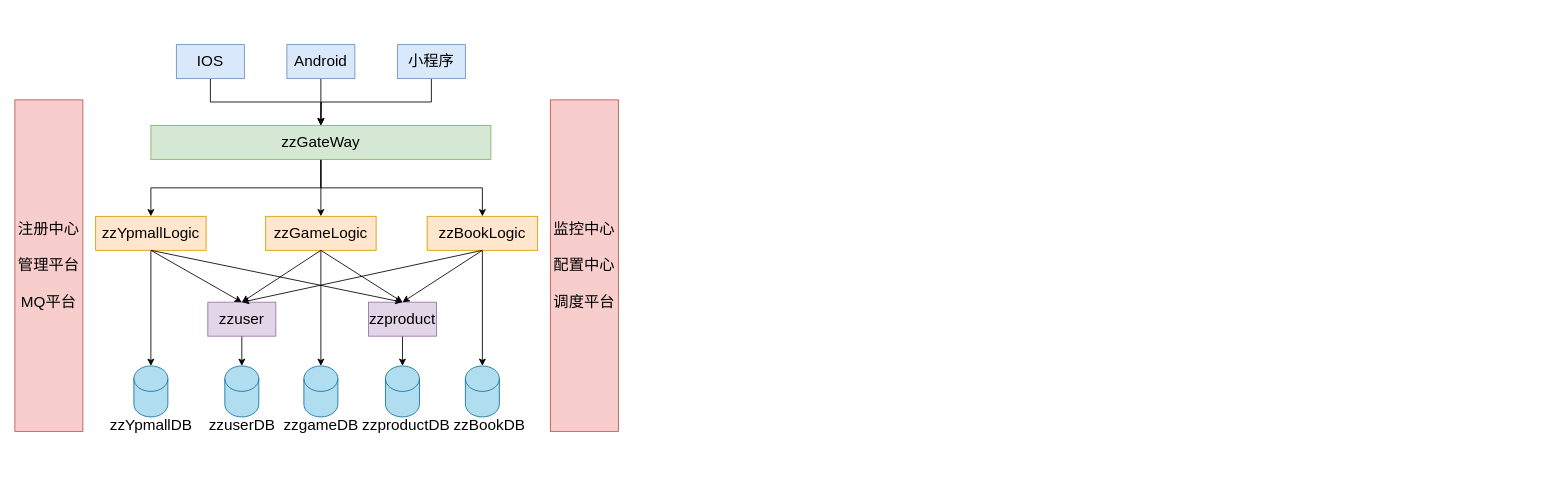
The draw.io diagram tech/tech.drawio in zhuanzhuan-tech/arch-draw-io, before the edit. Source tidied: cells renumbered, new cells numbered last; positions are measured from the earlier drawing's top-left corner, leaving out a move shared by most shapes. Both pictures are drawn from the tidied source at 85%, with x=0, y=0 at pixel (14, 44).
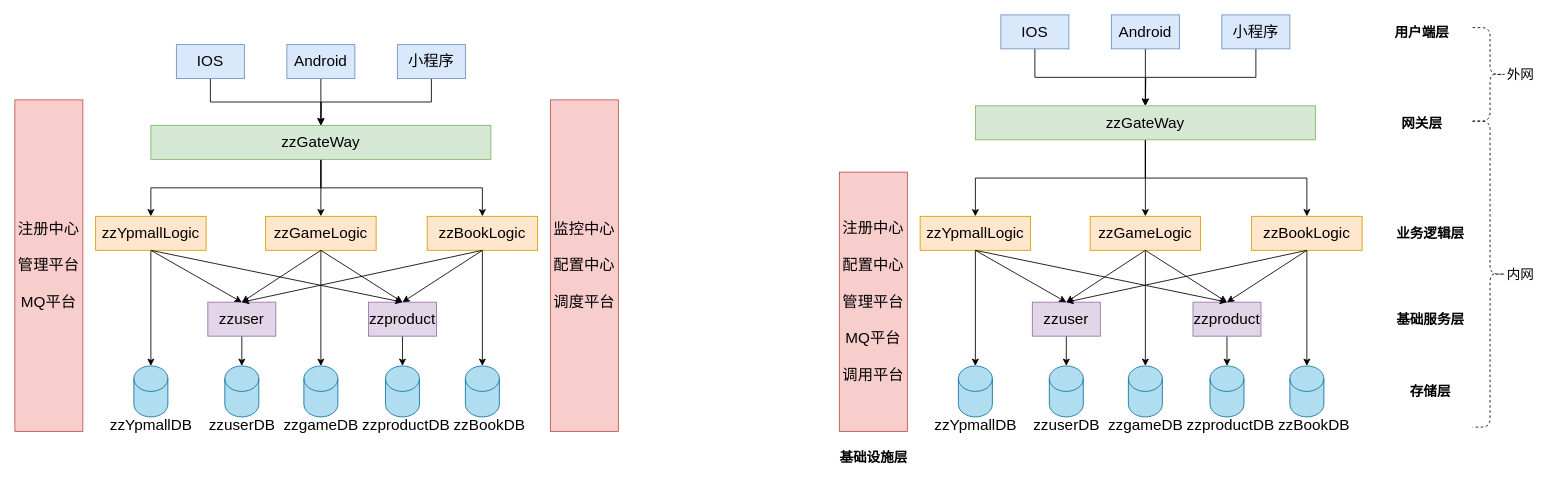
After the change.

The edit, as a diff of the source:
```diff
@@
+    <mxCell id="40" style="edgeStyle=orthogonalEdgeStyle;rounded=0;jettySize=auto;html=1;exitX=0.5;exitY=1;exitDx=0;exitDy=0;entryX=0.5;entryY=0;entryDx=0;entryDy=0;" parent="1" edge="1" source="41" target="70">
+      <mxGeometry relative="1" as="geometry" />
+    </mxCell>
+    <mxCell id="41" value="&lt;font style=&quot;font-size: 18px&quot;&gt;IOS&lt;/font&gt;" style="rounded=0;whiteSpace=wrap;html=1;fillColor=#dae8fc;strokeColor=#6c8ebf;" parent="1" vertex="1">
+      <mxGeometry x="1160" y="-35" width="80" height="40" as="geometry" />
+    </mxCell>
+    <mxCell id="42" style="edgeStyle=orthogonalEdgeStyle;rounded=0;jettySize=auto;html=1;exitX=0.5;exitY=1;exitDx=0;exitDy=0;entryX=0.5;entryY=0;entryDx=0;entryDy=0;" parent="1" edge="1" source="43" target="70">
+      <mxGeometry relative="1" as="geometry" />
+    </mxCell>
+    <mxCell id="43" value="&lt;font style=&quot;font-size: 18px&quot;&gt;Android&lt;/font&gt;" style="rounded=0;whiteSpace=wrap;html=1;fillColor=#dae8fc;strokeColor=#6c8ebf;" parent="1" vertex="1">
+      <mxGeometry x="1290" y="-35" width="80" height="40" as="geometry" />
+    </mxCell>
+    <mxCell id="44" style="edgeStyle=orthogonalEdgeStyle;rounded=0;jettySize=auto;html=1;exitX=0.5;exitY=1;exitDx=0;exitDy=0;" parent="1" edge="1" source="45">
+      <mxGeometry relative="1" as="geometry">
+        <mxPoint x="1330" y="72" as="targetPoint" />
+      </mxGeometry>
+    </mxCell>
+    <mxCell id="45" value="&lt;span style=&quot;font-size: 18px&quot;&gt;小程序&lt;/span&gt;" style="rounded=0;whiteSpace=wrap;html=1;fillColor=#dae8fc;strokeColor=#6c8ebf;" parent="1" vertex="1">
+      <mxGeometry x="1420" y="-35" width="80" height="40" as="geometry" />
+    </mxCell>
+    <mxCell id="46" style="edgeStyle=orthogonalEdgeStyle;rounded=0;jettySize=auto;html=1;exitX=0.5;exitY=1;exitDx=0;exitDy=0;entryX=0.5;entryY=0;entryDx=0;entryDy=0;entryPerimeter=0;fontSize=18;" parent="1" edge="1" source="47" target="54">
+      <mxGeometry relative="1" as="geometry" />
+    </mxCell>
+    <mxCell id="47" value="&lt;font style=&quot;font-size: 18px&quot;&gt;zzYpmallLogic&lt;/font&gt;" style="rounded=0;whiteSpace=wrap;html=1;fillColor=#ffe6cc;strokeColor=#d79b00;" parent="1" vertex="1">
+      <mxGeometry x="1065" y="202" width="130" height="40" as="geometry" />
+    </mxCell>
+    <mxCell id="48" style="edgeStyle=orthogonalEdgeStyle;rounded=0;jettySize=auto;html=1;exitX=0.5;exitY=1;exitDx=0;exitDy=0;entryX=0.5;entryY=0;entryDx=0;entryDy=0;entryPerimeter=0;fontSize=18;" parent="1" edge="1" source="49" target="60">
+      <mxGeometry relative="1" as="geometry" />
+    </mxCell>
+    <mxCell id="49" value="&lt;font style=&quot;font-size: 18px&quot;&gt;zzBookLogic&lt;/font&gt;" style="rounded=0;whiteSpace=wrap;html=1;fillColor=#ffe6cc;strokeColor=#d79b00;" parent="1" vertex="1">
+      <mxGeometry x="1455" y="202" width="130" height="40" as="geometry" />
+    </mxCell>
+    <mxCell id="50" style="edgeStyle=orthogonalEdgeStyle;rounded=0;jettySize=auto;html=1;exitX=0.5;exitY=1;exitDx=0;exitDy=0;entryX=0.5;entryY=0;entryDx=0;entryDy=0;entryPerimeter=0;fontSize=18;" parent="1" edge="1" source="51" target="56">
+      <mxGeometry relative="1" as="geometry" />
+    </mxCell>
+    <mxCell id="51" value="&lt;font style=&quot;font-size: 18px&quot;&gt;zzuser&lt;/font&gt;" style="rounded=0;whiteSpace=wrap;html=1;fillColor=#e1d5e7;strokeColor=#9673a6;" parent="1" vertex="1">
+      <mxGeometry x="1197" y="303" width="80" height="40" as="geometry" />
+    </mxCell>
+    <mxCell id="52" style="edgeStyle=orthogonalEdgeStyle;rounded=0;jettySize=auto;html=1;exitX=0.5;exitY=1;exitDx=0;exitDy=0;entryX=0.5;entryY=0;entryDx=0;entryDy=0;entryPerimeter=0;fontSize=18;" parent="1" edge="1" source="53" target="58">
+      <mxGeometry relative="1" as="geometry" />
+    </mxCell>
+    <mxCell id="53" value="&lt;font style=&quot;font-size: 18px&quot;&gt;zzproduct&lt;/font&gt;" style="rounded=0;whiteSpace=wrap;html=1;fillColor=#e1d5e7;strokeColor=#9673a6;" parent="1" vertex="1">
+      <mxGeometry x="1386" y="303" width="80" height="40" as="geometry" />
+    </mxCell>
+    <mxCell id="54" style="shape=cylinder3;whiteSpace=wrap;html=1;boundedLbl=1;backgroundOutline=1;size=15;fontSize=18;fillColor=#b1ddf0;strokeColor=#10739e;" parent="1" vertex="1">
+      <mxGeometry x="1110" y="378" width="40" height="60" as="geometry" />
+    </mxCell>
+    <mxCell id="55" value="zzYpmallDB" style="text;html=1;align=center;verticalAlign=middle;strokeColor=none;fillColor=none;fontSize=18;" parent="1" vertex="1">
+      <mxGeometry x="1075" y="433" width="110" height="30" as="geometry" />
+    </mxCell>
+    <mxCell id="56" style="shape=cylinder3;whiteSpace=wrap;html=1;boundedLbl=1;backgroundOutline=1;size=15;fontSize=18;fillColor=#b1ddf0;strokeColor=#10739e;" parent="1" vertex="1">
+      <mxGeometry x="1217" y="378" width="40" height="60" as="geometry" />
+    </mxCell>
+    <mxCell id="57" value="zzuserDB" style="text;html=1;align=center;verticalAlign=middle;strokeColor=none;fillColor=none;fontSize=18;" parent="1" vertex="1">
+      <mxGeometry x="1192" y="433" width="90" height="30" as="geometry" />
+    </mxCell>
+    <mxCell id="58" style="shape=cylinder3;whiteSpace=wrap;html=1;boundedLbl=1;backgroundOutline=1;size=15;fontSize=18;fillColor=#b1ddf0;strokeColor=#10739e;" parent="1" vertex="1">
+      <mxGeometry x="1406" y="378" width="40" height="60" as="geometry" />
+    </mxCell>
+    <mxCell id="59" value="zzproductDB" style="text;html=1;align=center;verticalAlign=middle;strokeColor=none;fillColor=none;fontSize=18;" parent="1" vertex="1">
+      <mxGeometry x="1370" y="433" width="120" height="30" as="geometry" />
+    </mxCell>
+    <mxCell id="60" style="shape=cylinder3;whiteSpace=wrap;html=1;boundedLbl=1;backgroundOutline=1;size=15;fontSize=18;fillColor=#b1ddf0;strokeColor=#10739e;" parent="1" vertex="1">
+      <mxGeometry x="1500" y="378" width="40" height="60" as="geometry" />
+    </mxCell>
+    <mxCell id="61" value="zzBookDB" style="text;html=1;align=center;verticalAlign=middle;strokeColor=none;fillColor=none;fontSize=18;" parent="1" vertex="1">
+      <mxGeometry x="1478" y="433" width="100" height="30" as="geometry" />
+    </mxCell>
+    <mxCell id="62" value="&lt;span style=&quot;font-size: 18px&quot;&gt;注册中心&lt;br&gt;&lt;br&gt;配置中心&lt;br&gt;&lt;br&gt;管理平台&lt;br&gt;&lt;br&gt;MQ平台&lt;br&gt;&lt;br&gt;调用平台&lt;br&gt;&lt;/span&gt;" style="rounded=0;whiteSpace=wrap;html=1;fillColor=#f8cecc;strokeColor=#b85450;" parent="1" vertex="1">
+      <mxGeometry x="970" y="150" width="80" height="305" as="geometry" />
+    </mxCell>
+    <mxCell id="63" style="endArrow=classic;html=1;rounded=0;fontSize=18;exitX=0.5;exitY=1;exitDx=0;exitDy=0;entryX=0.5;entryY=0;entryDx=0;entryDy=0;" parent="1" edge="1" source="47" target="51">
+      <mxGeometry relative="1" as="geometry" />
+    </mxCell>
+    <mxCell id="64" style="endArrow=classic;html=1;rounded=0;fontSize=18;exitX=0.5;exitY=1;exitDx=0;exitDy=0;entryX=0.5;entryY=0;entryDx=0;entryDy=0;" parent="1" edge="1" source="47" target="53">
+      <mxGeometry relative="1" as="geometry" />
+    </mxCell>
+    <mxCell id="65" style="endArrow=classic;html=1;rounded=0;fontSize=18;exitX=0.5;exitY=1;exitDx=0;exitDy=0;entryX=0.5;entryY=0;entryDx=0;entryDy=0;" parent="1" edge="1" source="49" target="53">
+      <mxGeometry relative="1" as="geometry" />
+    </mxCell>
+    <mxCell id="66" style="endArrow=classic;html=1;rounded=0;fontSize=18;exitX=0.5;exitY=1;exitDx=0;exitDy=0;entryX=0.5;entryY=0;entryDx=0;entryDy=0;" parent="1" edge="1" source="49" target="51">
+      <mxGeometry relative="1" as="geometry" />
+    </mxCell>
+    <mxCell id="67" style="edgeStyle=orthogonalEdgeStyle;rounded=0;jettySize=auto;html=1;exitX=0.5;exitY=1;exitDx=0;exitDy=0;fontSize=18;" parent="1" edge="1" source="70" target="72">
+      <mxGeometry relative="1" as="geometry" />
+    </mxCell>
+    <mxCell id="68" style="edgeStyle=orthogonalEdgeStyle;rounded=0;jettySize=auto;html=1;exitX=0.5;exitY=1;exitDx=0;exitDy=0;entryX=0.5;entryY=0;entryDx=0;entryDy=0;" parent="1" edge="1" source="70" target="47">
+      <mxGeometry relative="1" as="geometry" />
+    </mxCell>
+    <mxCell id="69" style="edgeStyle=orthogonalEdgeStyle;rounded=0;jettySize=auto;html=1;exitX=0.5;exitY=1;exitDx=0;exitDy=0;entryX=0.5;entryY=0;entryDx=0;entryDy=0;" parent="1" edge="1" source="70" target="49">
+      <mxGeometry relative="1" as="geometry" />
+    </mxCell>
+    <mxCell id="70" value="&lt;font style=&quot;font-size: 18px&quot;&gt;zzGateWay&lt;/font&gt;" style="rounded=0;whiteSpace=wrap;html=1;fillColor=#d5e8d4;strokeColor=#82b366;" parent="1" vertex="1">
+      <mxGeometry x="1130" y="72" width="400" height="40" as="geometry" />
+    </mxCell>
+    <mxCell id="71" style="edgeStyle=orthogonalEdgeStyle;rounded=0;jettySize=auto;html=1;exitX=0.5;exitY=1;exitDx=0;exitDy=0;entryX=0.5;entryY=0;entryDx=0;entryDy=0;entryPerimeter=0;" parent="1" edge="1" source="72" target="73">
+      <mxGeometry relative="1" as="geometry" />
+    </mxCell>
+    <mxCell id="72" value="&lt;font style=&quot;font-size: 18px&quot;&gt;zzGameLogic&lt;/font&gt;" style="rounded=0;whiteSpace=wrap;html=1;fillColor=#ffe6cc;strokeColor=#d79b00;" parent="1" vertex="1">
+      <mxGeometry x="1265" y="202" width="130" height="40" as="geometry" />
+    </mxCell>
+    <mxCell id="73" style="shape=cylinder3;whiteSpace=wrap;html=1;boundedLbl=1;backgroundOutline=1;size=15;fontSize=18;fillColor=#b1ddf0;strokeColor=#10739e;" parent="1" vertex="1">
+      <mxGeometry x="1310" y="378" width="40" height="60" as="geometry" />
+    </mxCell>
+    <mxCell id="74" value="zzgameDB" style="text;html=1;align=center;verticalAlign=middle;strokeColor=none;fillColor=none;fontSize=18;" parent="1" vertex="1">
+      <mxGeometry x="1280" y="433" width="100" height="30" as="geometry" />
+    </mxCell>
+    <mxCell id="75" style="endArrow=classic;html=1;rounded=0;fontSize=18;exitX=0.5;exitY=1;exitDx=0;exitDy=0;entryX=0.5;entryY=0;entryDx=0;entryDy=0;" parent="1" edge="1" source="72" target="53">
+      <mxGeometry relative="1" as="geometry" />
+    </mxCell>
+    <mxCell id="76" style="endArrow=classic;html=1;rounded=0;fontSize=18;exitX=0.5;exitY=1;exitDx=0;exitDy=0;entryX=0.5;entryY=0;entryDx=0;entryDy=0;" parent="1" edge="1" source="72" target="51">
+      <mxGeometry relative="1" as="geometry" />
+    </mxCell>
+    <mxCell id="77" style="shape=curlyBracket;whiteSpace=wrap;html=1;rounded=1;flipH=1;dashed=1;" parent="1" vertex="1">
+      <mxGeometry x="1715" y="90" width="41" height="360" as="geometry" />
+    </mxCell>
+    <mxCell id="78" value="&lt;font style=&quot;font-size: 16px&quot;&gt;内网&lt;/font&gt;" style="text;html=1;align=center;verticalAlign=middle;strokeColor=none;fillColor=none;" parent="1" vertex="1">
+      <mxGeometry x="1746" y="260" width="50" height="20" as="geometry" />
+    </mxCell>
+    <mxCell id="79" value="&lt;span style=&quot;background-color: rgb(255 , 255 , 255)&quot;&gt;&lt;b&gt;用户端层&lt;/b&gt;&lt;/span&gt;" style="text;html=1;align=center;verticalAlign=middle;strokeColor=none;fillColor=none;fontSize=16;" parent="1" vertex="1">
+      <mxGeometry x="1615" y="-25" width="80" height="20" as="geometry" />
+    </mxCell>
+    <mxCell id="80" value="&lt;span style=&quot;background-color: rgb(255 , 255 , 255)&quot;&gt;&lt;b&gt;网关层&lt;/b&gt;&lt;/span&gt;" style="text;html=1;align=center;verticalAlign=middle;strokeColor=none;fillColor=none;fontSize=16;" parent="1" vertex="1">
+      <mxGeometry x="1625" y="82" width="60" height="20" as="geometry" />
+    </mxCell>
+    <mxCell id="81" value="&lt;span style=&quot;background-color: rgb(255 , 255 , 255)&quot;&gt;&lt;b&gt;业务逻辑层&lt;/b&gt;&lt;/span&gt;" style="text;html=1;align=center;verticalAlign=middle;strokeColor=none;fillColor=none;fontSize=16;" parent="1" vertex="1">
+      <mxGeometry x="1615" y="212" width="100" height="20" as="geometry" />
+    </mxCell>
+    <mxCell id="82" value="&lt;span style=&quot;background-color: rgb(255 , 255 , 255)&quot;&gt;&lt;b&gt;基础服务层&lt;/b&gt;&lt;/span&gt;" style="text;html=1;align=center;verticalAlign=middle;strokeColor=none;fillColor=none;fontSize=16;" parent="1" vertex="1">
+      <mxGeometry x="1615" y="313" width="100" height="20" as="geometry" />
+    </mxCell>
+    <mxCell id="83" value="&lt;span style=&quot;background-color: rgb(255 , 255 , 255)&quot;&gt;&lt;b&gt;存储层&lt;/b&gt;&lt;/span&gt;" style="text;html=1;align=center;verticalAlign=middle;strokeColor=none;fillColor=none;fontSize=16;" parent="1" vertex="1">
+      <mxGeometry x="1635" y="398" width="60" height="20" as="geometry" />
+    </mxCell>
+    <mxCell id="84" style="shape=curlyBracket;whiteSpace=wrap;html=1;rounded=1;flipH=1;dashed=1;" parent="1" vertex="1">
+      <mxGeometry x="1715" y="-20" width="41" height="110" as="geometry" />
+    </mxCell>
+    <mxCell id="85" value="&lt;font style=&quot;font-size: 16px&quot;&gt;外网&lt;/font&gt;" style="text;html=1;align=center;verticalAlign=middle;strokeColor=none;fillColor=none;" parent="1" vertex="1">
+      <mxGeometry x="1746" y="25" width="50" height="20" as="geometry" />
+    </mxCell>
+    <mxCell id="86" value="&lt;span style=&quot;background-color: rgb(255 , 255 , 255)&quot;&gt;&lt;b&gt;基础设施层&lt;/b&gt;&lt;/span&gt;" style="text;html=1;align=center;verticalAlign=middle;strokeColor=none;fillColor=none;fontSize=16;" parent="1" vertex="1">
+      <mxGeometry x="960" y="475" width="100" height="20" as="geometry" />
+    </mxCell>
```
